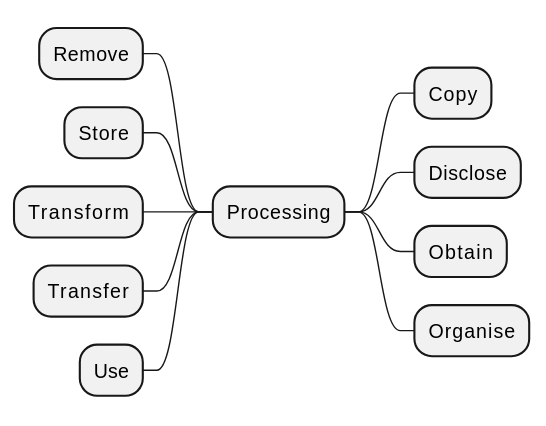
The PlantUML diagram 2.1-dev/diagrams/processing.svg in w3c/dpv, before a commit.
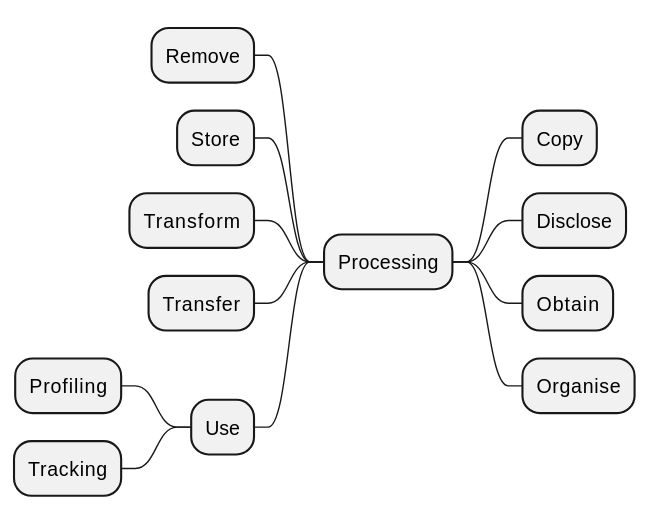
After the change.

Commit message:
Processing figure updated to include Profiling and Tracking

addresses #198

Diff of the diagram source:
```diff
@@ -12,5 +12,7 @@
 -- Transform
 -- Transfer
 -- Use
+--- Profiling
+--- Tracking
 
 @endmindmap
```
